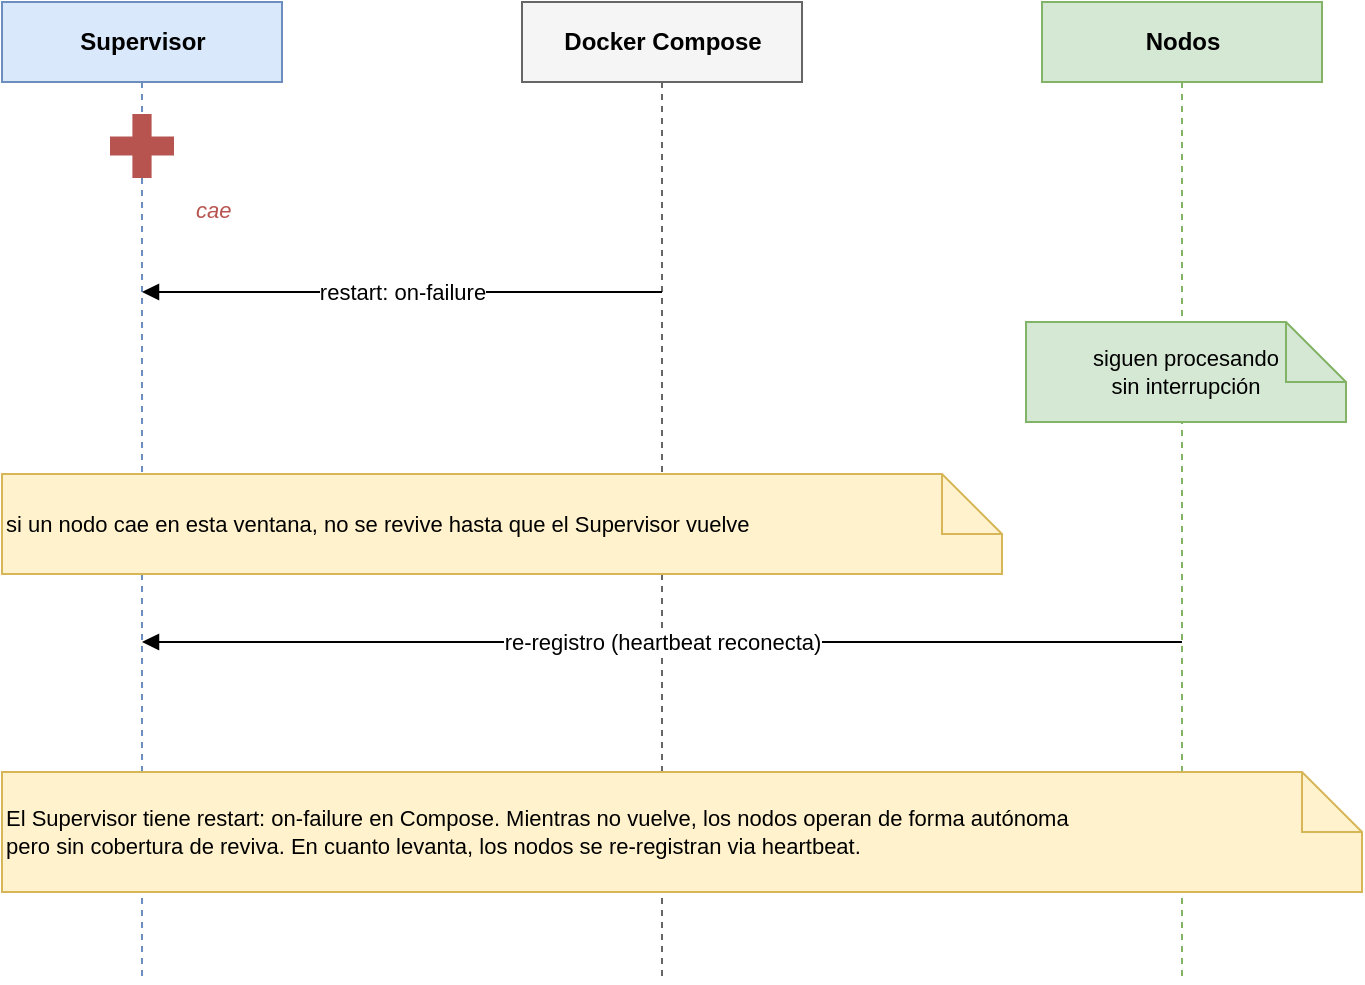
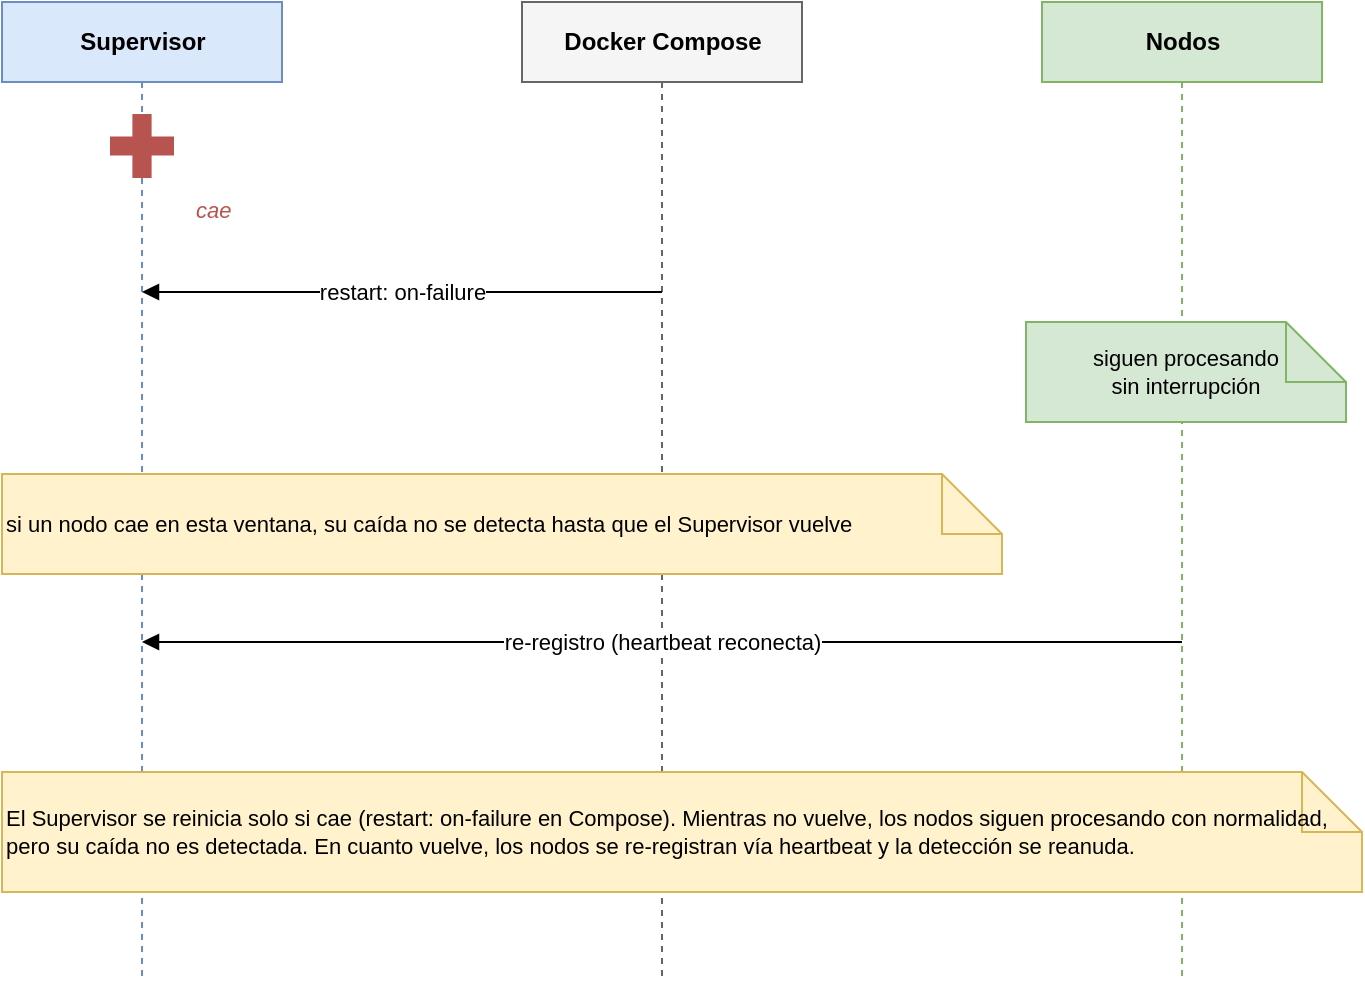
<mxfile host="app.diagrams.net" version="24.0.0">
  <diagram name="ft-failure-supervisor" id="ftfailsup">
    <mxGraphModel dx="900" dy="600" grid="0" gridSize="10" guides="1" tooltips="1" connect="1" arrows="1" fold="1" page="1" pageScale="1" pageWidth="820" pageHeight="560" math="0" shadow="0">
      <root>
        <mxCell id="0" />
        <mxCell id="1" parent="0" />


        <mxCell id="lsup" value="Supervisor" style="shape=umlLifeline;perimeter=lifelinePerimeter;html=1;fillColor=#dae8fc;strokeColor=#6c8ebf;fontStyle=1;size=40;" vertex="1" parent="1">
          <mxGeometry x="20.00" y="20.00" width="140" height="490" as="geometry" />
        </mxCell>
        <mxCell id="ldc" value="Docker Compose" style="shape=umlLifeline;perimeter=lifelinePerimeter;html=1;fillColor=#f5f5f5;strokeColor=#666666;fontStyle=1;size=40;" vertex="1" parent="1">
          <mxGeometry x="280.00" y="20.00" width="140" height="490" as="geometry" />
        </mxCell>
        <mxCell id="lnodes" value="Nodos" style="shape=umlLifeline;perimeter=lifelinePerimeter;html=1;fillColor=#d5e8d4;strokeColor=#82b366;fontStyle=1;size=40;" vertex="1" parent="1">
          <mxGeometry x="540.00" y="20.00" width="140" height="490" as="geometry" />
        </mxCell>


        <mxCell id="crash" value="" style="shape=cross;html=1;strokeColor=#b85450;strokeWidth=4;fillColor=#b85450;" vertex="1" parent="1">
          <mxGeometry x="76.00" y="78.00" width="28" height="28" as="geometry" />
        </mxCell>
        <mxCell id="crashlbl" value="cae" style="text;html=1;fontSize=11;fontColor=#b85450;fontStyle=2;align=left;" vertex="1" parent="1">
          <mxGeometry x="115.00" y="111.00" width="80" height="20" as="geometry" />
        </mxCell>


        <mxCell id="m1" value="restart: on-failure" style="html=1;endArrow=block;fontSize=11;" edge="1" parent="1">
          <mxGeometry relative="1" as="geometry">
            <mxPoint x="350.00" y="165.00" as="sourcePoint" />
            <mxPoint x="90.00" y="165.00" as="targetPoint" />
          </mxGeometry>
        </mxCell>


        <mxCell id="note1" value="siguen procesando&#10;sin interrupción" style="shape=note;whiteSpace=wrap;html=1;fillColor=#d5e8d4;strokeColor=#82b366;fontSize=11;align=center;" vertex="1" parent="1">
          <mxGeometry x="532.00" y="180.00" width="160" height="50" as="geometry" />
        </mxCell>


-         <mxCell id="note2" value="si un nodo cae en esta ventana, no se revive hasta que el Supervisor vuelve" style="shape=note;whiteSpace=wrap;html=1;fillColor=#fff2cc;strokeColor=#d6b656;fontSize=11;align=left;" vertex="1" parent="1">
+         <mxCell id="note2" value="si un nodo cae en esta ventana, su caída no se detecta hasta que el Supervisor vuelve" style="shape=note;whiteSpace=wrap;html=1;fillColor=#fff2cc;strokeColor=#d6b656;fontSize=11;align=left;" vertex="1" parent="1">
          <mxGeometry x="20.00" y="256.00" width="500" height="50" as="geometry" />
        </mxCell>


        <mxCell id="m2" value="re-registro (heartbeat reconecta)" style="html=1;endArrow=block;fontSize=11;" edge="1" parent="1">
          <mxGeometry relative="1" as="geometry">
            <mxPoint x="610.00" y="340.00" as="sourcePoint" />
            <mxPoint x="90.00" y="340.00" as="targetPoint" />
          </mxGeometry>
        </mxCell>


-         <mxCell id="note3" value="El Supervisor tiene restart: on-failure en Compose. Mientras no vuelve, los nodos operan de forma autónoma&#10;pero sin cobertura de reviva. En cuanto levanta, los nodos se re-registran via heartbeat." style="shape=note;whiteSpace=wrap;html=1;fillColor=#fff2cc;strokeColor=#d6b656;fontSize=11;align=left;" vertex="1" parent="1">
+         <mxCell id="note3" value="El Supervisor se reinicia solo si cae (restart: on-failure en Compose). Mientras no vuelve, los nodos siguen procesando con normalidad,&#10;pero su caída no es detectada. En cuanto vuelve, los nodos se re-registran vía heartbeat y la detección se reanuda." style="shape=note;whiteSpace=wrap;html=1;fillColor=#fff2cc;strokeColor=#d6b656;fontSize=11;align=left;" vertex="1" parent="1">
          <mxGeometry x="20.00" y="405.00" width="680" height="60" as="geometry" />
        </mxCell>

      </root>
    </mxGraphModel>
  </diagram>
</mxfile>